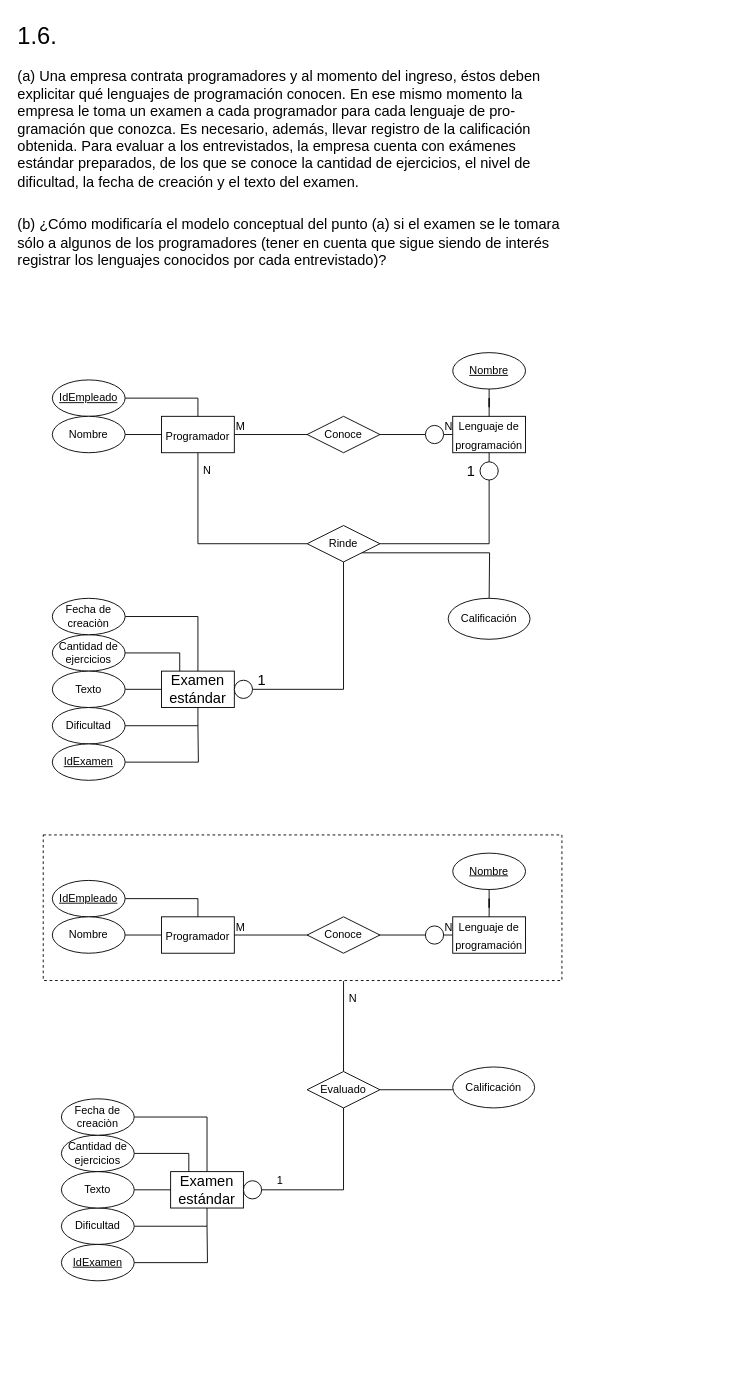
Above: Untitled Diagram.drawio in gui-ben/BasesDeDatos (draw.io), before the change. Source tidied: cells renumbered, new cells numbered last; positions are measured from the earlier drawing's top-left corner, leaving out a move shared by most shapes. Both pictures are drawn from the tidied source at 91%, with x=0, y=0 at pixel (15, 15).
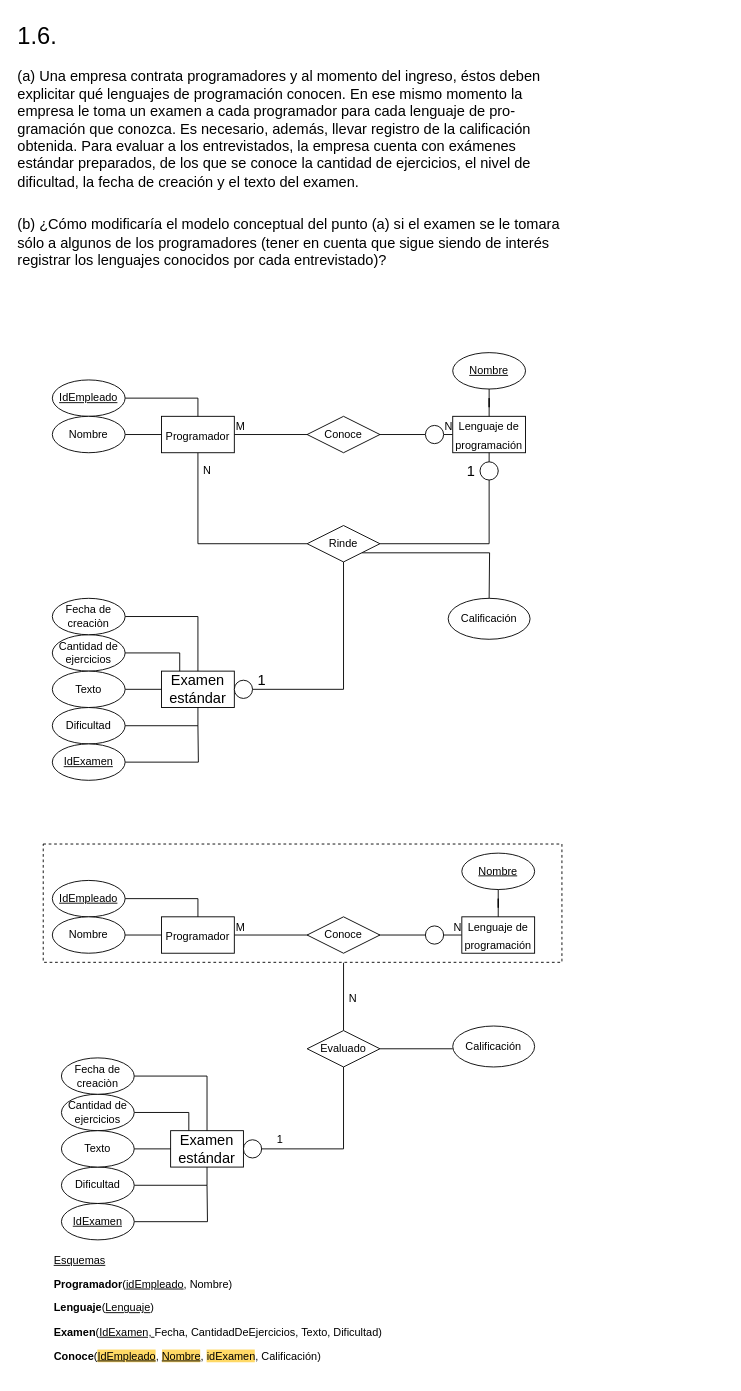
Above is the later version.

What changed in the source:
```diff
@@
     <mxCell id="2" style="rounded=0;whiteSpace=wrap;html=1;fontSize=11;dashed=1;" parent="1" vertex="1">
-      <mxGeometry x="30" y="900" width="570" height="160" as="geometry" />
+      <mxGeometry x="30" y="910" width="570" height="130" as="geometry" />
     </mxCell>
@@
     <mxCell id="46" value="&lt;font style=&quot;font-size: 12px&quot;&gt;Lenguaje de programación&lt;br&gt;&lt;/font&gt;" style="whiteSpace=wrap;html=1;fontSize=16;" parent="1" vertex="1">
-      <mxGeometry x="480" y="990" width="80" height="40" as="geometry" />
+      <mxGeometry x="490" y="990" width="80" height="40" as="geometry" />
     </mxCell>
@@
     <mxCell id="48" value="Examen estándar" style="whiteSpace=wrap;html=1;fontSize=16;" parent="1" vertex="1">
-      <mxGeometry x="170" y="1270" width="80" height="40" as="geometry" />
+      <mxGeometry x="170" y="1225" width="80" height="40" as="geometry" />
     </mxCell>
@@
     <mxCell id="50" value="Cantidad de ejercicios" style="ellipse;whiteSpace=wrap;html=1;align=center;fontSize=12;" parent="1" vertex="1">
-      <mxGeometry x="50" y="1230" width="80" height="40" as="geometry" />
+      <mxGeometry x="50" y="1185" width="80" height="40" as="geometry" />
     </mxCell>
@@
     <mxCell id="52" value="Dificultad" style="ellipse;whiteSpace=wrap;html=1;align=center;fontSize=12;" parent="1" vertex="1">
-      <mxGeometry x="50" y="1310" width="80" height="40" as="geometry" />
+      <mxGeometry x="50" y="1265" width="80" height="40" as="geometry" />
     </mxCell>
@@
     <mxCell id="54" value="Fecha de creaciòn" style="ellipse;whiteSpace=wrap;html=1;align=center;fontSize=12;" parent="1" vertex="1">
-      <mxGeometry x="50" y="1190" width="80" height="40" as="geometry" />
+      <mxGeometry x="50" y="1145" width="80" height="40" as="geometry" />
     </mxCell>
@@
     <mxCell id="56" value="Texto" style="ellipse;whiteSpace=wrap;html=1;align=center;fontSize=12;" parent="1" vertex="1">
-      <mxGeometry x="50" y="1270" width="80" height="40" as="geometry" />
+      <mxGeometry x="50" y="1225" width="80" height="40" as="geometry" />
     </mxCell>
@@
     <mxCell id="62" value="&lt;u&gt;Nombre&lt;/u&gt;" style="ellipse;whiteSpace=wrap;html=1;align=center;fontSize=12;" parent="1" vertex="1">
-      <mxGeometry x="480" y="920" width="80" height="40" as="geometry" />
+      <mxGeometry x="490" y="920" width="80" height="40" as="geometry" />
     </mxCell>
@@
     <mxCell id="65" style="edgeStyle=orthogonalEdgeStyle;rounded=0;jettySize=auto;html=1;exitX=1;exitY=0.5;exitDx=0;exitDy=0;fontSize=12;endArrow=none;endFill=0;" parent="1" edge="1" source="66">
       <mxGeometry relative="1" as="geometry">
-        <mxPoint x="210" y="1330" as="targetPoint" />
+        <mxPoint x="210" y="1285" as="targetPoint" />
       </mxGeometry>
     </mxCell>
     <mxCell id="66" value="&lt;u&gt;IdExamen&lt;/u&gt;" style="ellipse;whiteSpace=wrap;html=1;align=center;fontSize=12;" parent="1" vertex="1">
-      <mxGeometry x="50" y="1350" width="80" height="40" as="geometry" />
+      <mxGeometry x="50" y="1305" width="80" height="40" as="geometry" />
     </mxCell>
@@
     <mxCell id="69" value="Evaluado" style="shape=rhombus;perimeter=rhombusPerimeter;whiteSpace=wrap;html=1;align=center;fontSize=12;" parent="1" vertex="1">
-      <mxGeometry x="320" y="1160" width="80" height="40" as="geometry" />
+      <mxGeometry x="320" y="1115" width="80" height="40" as="geometry" />
     </mxCell>
     <mxCell id="70" style="ellipse;whiteSpace=wrap;html=1;fontSize=16;" parent="1" vertex="1">
-      <mxGeometry x="250" y="1280" width="20" height="20" as="geometry" />
+      <mxGeometry x="250" y="1235" width="20" height="20" as="geometry" />
     </mxCell>
@@
     <mxCell id="72" value="1" style="text;html=1;align=center;verticalAlign=middle;strokeColor=none;fillColor=none;fontSize=12;" parent="1" vertex="1">
-      <mxGeometry x="280" y="1270" width="20" height="20" as="geometry" />
+      <mxGeometry x="280" y="1225" width="20" height="20" as="geometry" />
     </mxCell>
     <mxCell id="73" value="Calificación" style="ellipse;whiteSpace=wrap;html=1;fontSize=12;" parent="1" vertex="1">
-      <mxGeometry x="480" y="1155" width="90" height="45" as="geometry" />
+      <mxGeometry x="480" y="1110" width="90" height="45" as="geometry" />
     </mxCell>
+    <mxCell id="74" value="&lt;div align=&quot;left&quot;&gt;&lt;p&gt;&lt;u&gt;Esquemas&lt;/u&gt;&lt;/p&gt;&lt;p&gt;&lt;b&gt;Programador&lt;/b&gt;(&lt;u&gt;idEmpleado&lt;/u&gt;, Nombre)&lt;/p&gt;&lt;p&gt;&lt;b&gt;Lenguaje&lt;/b&gt;(&lt;u&gt;Lenguaje&lt;/u&gt;)&lt;/p&gt;&lt;p&gt;&lt;b&gt;Examen&lt;/b&gt;(&lt;u&gt;IdExamen, &lt;/u&gt;Fecha, CantidadDeEjercicios, Texto, Dificultad)&lt;/p&gt;&lt;p&gt;&lt;b&gt;Conoce&lt;/b&gt;(&lt;span style=&quot;background-color: rgb(255 , 217 , 102)&quot;&gt;&lt;u&gt;IdEmpleado&lt;/u&gt;&lt;/span&gt;, &lt;span style=&quot;background-color: rgb(255 , 217 , 102)&quot;&gt;&lt;u&gt;Nombre&lt;/u&gt;&lt;/span&gt;, &lt;span style=&quot;background-color: rgb(255 , 217 , 102)&quot;&gt;idExamen&lt;/span&gt;, Calificación)&lt;/p&gt;&lt;/div&gt;" style="text;html=1;align=left;verticalAlign=middle;strokeColor=none;fillColor=none;" parent="1" vertex="1">
+      <mxGeometry x="40" y="1345" width="370" height="150" as="geometry" />
+    </mxCell>
```
